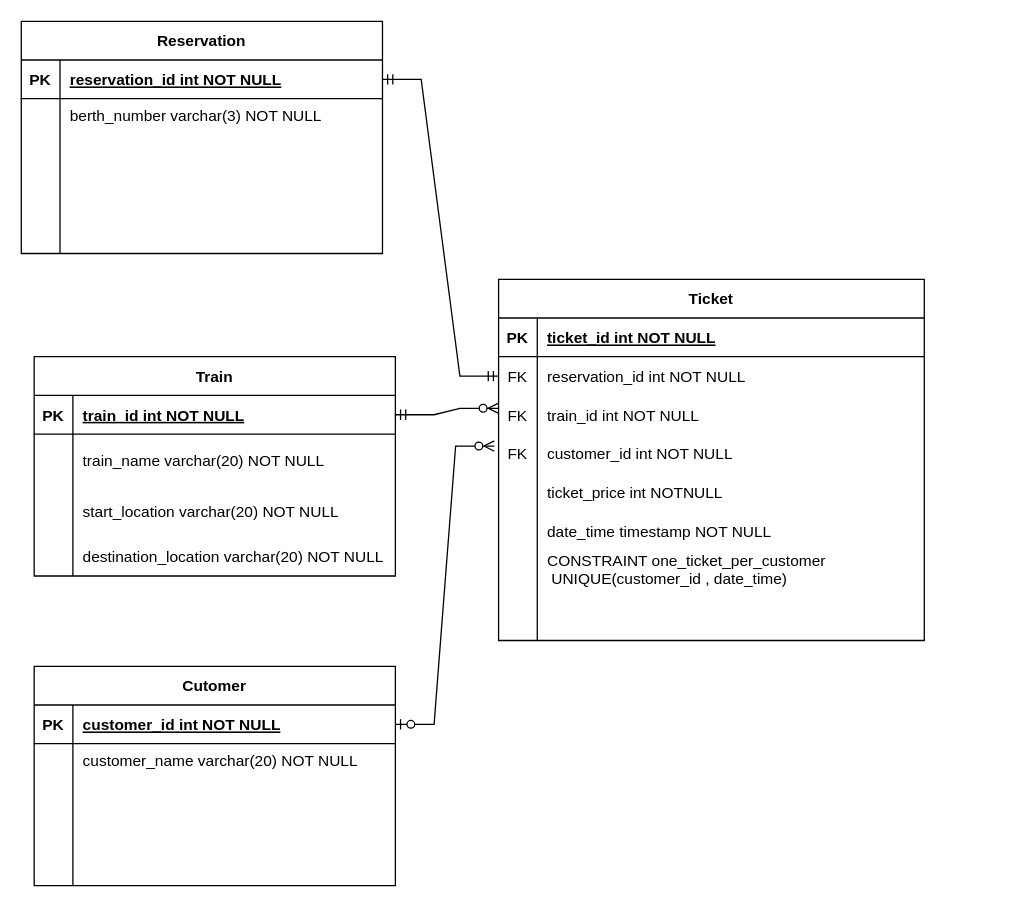
Earlier version of the draw.io diagram irctc.drawio (appasuamithsai/dbms). Source tidied: cells renumbered, new cells numbered last; positions are measured from the earlier drawing's top-left corner, leaving out a move shared by most shapes. Both pictures are drawn from the tidied source at 129%, with x=0, y=0 at pixel (21, 21).
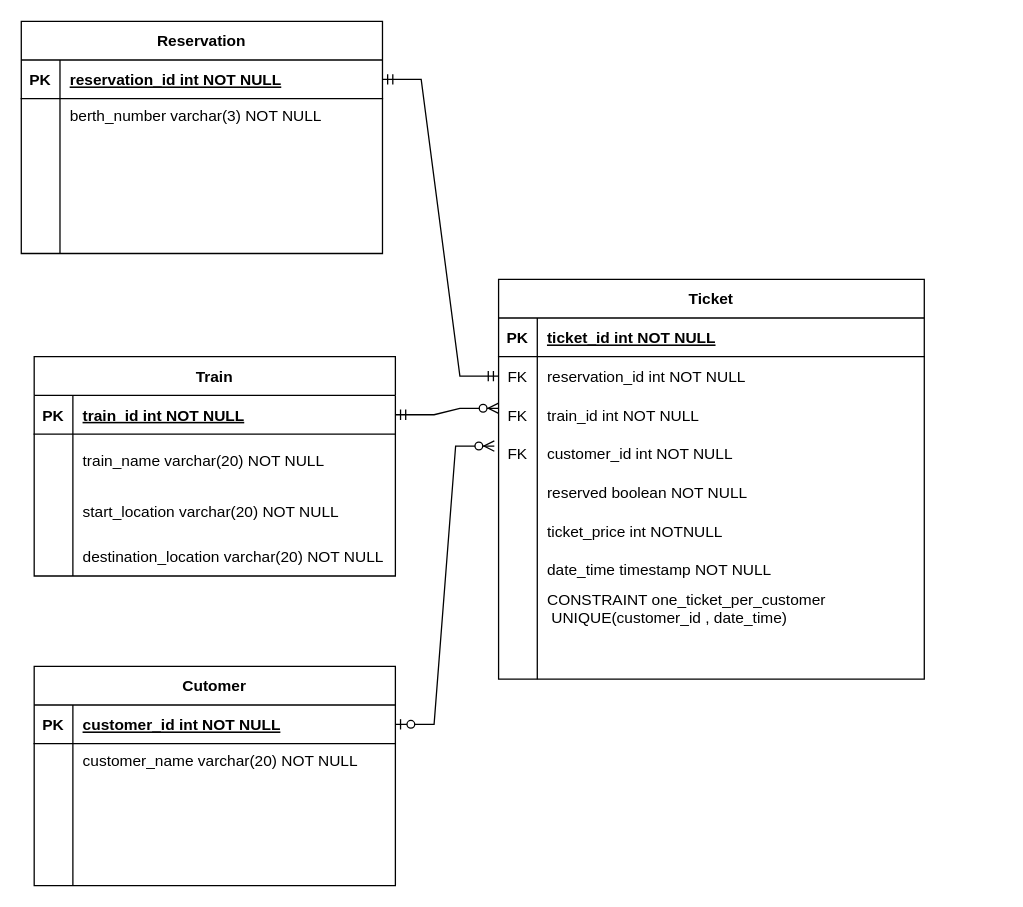
The same diagram, later.

Commit message (it also covers changes not shown here):
after adding more er diagrams

What changed in the source:
```diff
@@
     <mxCell id="2" value="Ticket" style="shape=table;startSize=30;childLayout=tableLayout;rowLines=0;fontStyle=1;align=center;" parent="1" vertex="1">
-      <mxGeometry x="370" y="200" width="330" height="280" as="geometry" />
+      <mxGeometry x="370" y="200" width="330" height="310" as="geometry" />
     </mxCell>
@@
+    <mxCell id="58" style="shape=tableRow;horizontal=0;startSize=0;swimlaneHead=0;swimlaneBody=0;fillColor=none;top=0;left=0;right=0;bottom=0;" parent="2" vertex="1">
+      <mxGeometry y="150" width="330" height="30" as="geometry" />
+    </mxCell>
+    <mxCell id="59" style="shape=partialRectangle;fillColor=none;top=0;left=0;bottom=0;right=0;overflow=hidden;" parent="58" vertex="1">
+      <mxGeometry width="30" height="30" as="geometry" />
+    </mxCell>
+    <mxCell id="60" value="reserved boolean NOT NULL" style="shape=partialRectangle;fillColor=none;top=0;left=0;bottom=0;right=0;align=left;spacingLeft=6;overflow=hidden;" parent="58" vertex="1">
+      <mxGeometry x="30" width="300" height="30" as="geometry" />
+    </mxCell>
     <mxCell id="15" style="shape=tableRow;horizontal=0;startSize=0;swimlaneHead=0;swimlaneBody=0;fillColor=none;top=0;left=0;right=0;bottom=0;" parent="2" vertex="1">
-      <mxGeometry y="150" width="330" height="30" as="geometry" />
+      <mxGeometry y="180" width="330" height="30" as="geometry" />
     </mxCell>
@@
     <mxCell id="18" style="shape=tableRow;horizontal=0;startSize=0;swimlaneHead=0;swimlaneBody=0;fillColor=none;top=0;left=0;right=0;bottom=0;" parent="2" vertex="1">
-      <mxGeometry y="180" width="330" height="30" as="geometry" />
+      <mxGeometry y="210" width="330" height="30" as="geometry" />
     </mxCell>
@@
     <mxCell id="21" style="shape=tableRow;horizontal=0;startSize=0;swimlaneHead=0;swimlaneBody=0;fillColor=none;top=0;left=0;right=0;bottom=0;" parent="2" vertex="1">
-      <mxGeometry y="210" width="330" height="30" as="geometry" />
+      <mxGeometry y="240" width="330" height="30" as="geometry" />
     </mxCell>
@@
     <mxCell id="24" style="shape=partialRectangle;fillColor=none;top=0;left=0;right=0;bottom=0;" parent="2" vertex="1">
-      <mxGeometry y="240" width="330" height="40" as="geometry" />
+      <mxGeometry y="270" width="330" height="40" as="geometry" />
     </mxCell>
```
